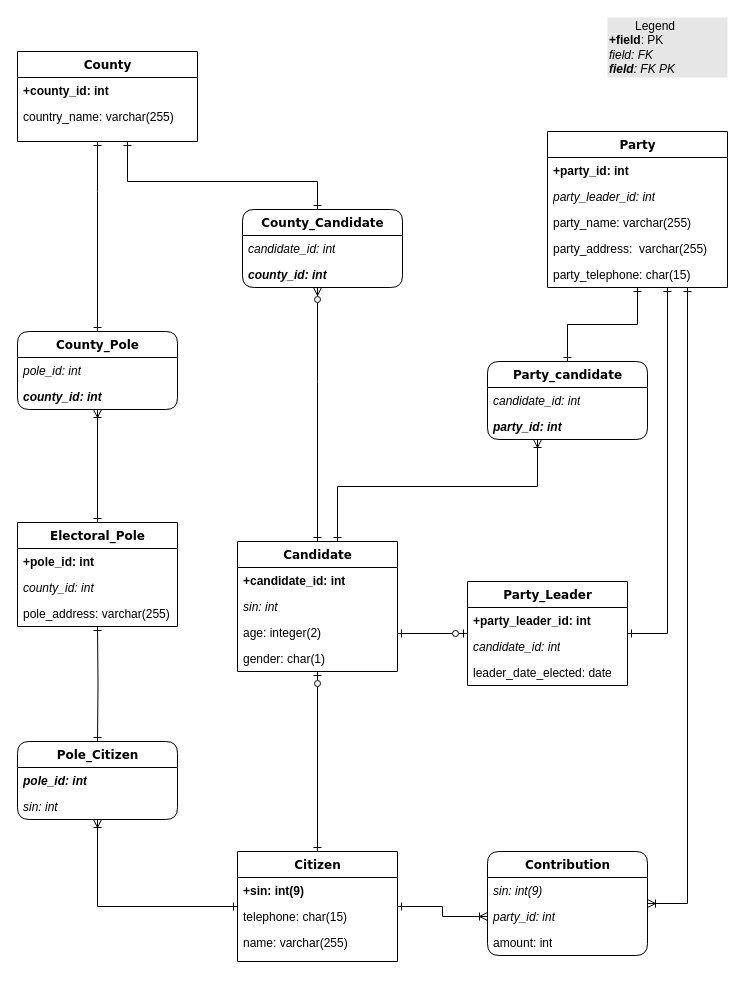
Before: page "bk_physical" (2 of 5) of assignment/assignment_1.drawio in kdeoliveira/comp353, a draw.io diagram. Source tidied: cells renumbered, new cells numbered last; positions are measured from the earlier drawing's top-left corner, leaving out a move shared by most shapes. Both pictures are drawn from the tidied source at 100%, with x=0, y=0 at pixel (17, 17).
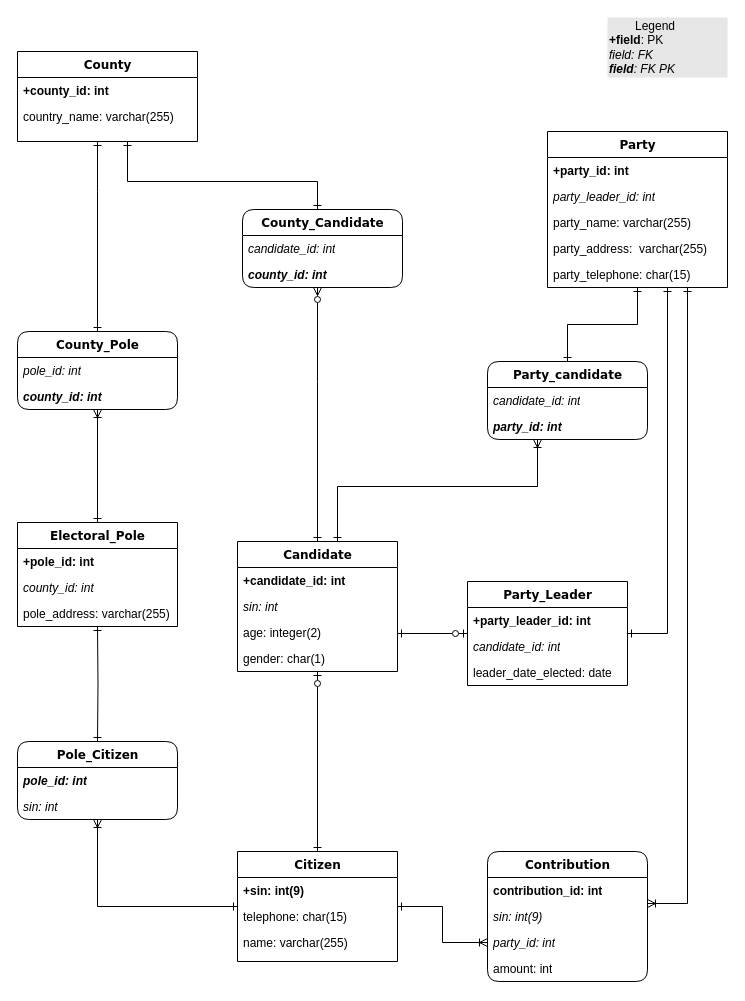
The same page after the edit.

What changed in the source:
```diff
@@
     <mxCell id="50" value="Contribution" style="swimlane;html=1;fontStyle=1;align=center;verticalAlign=top;horizontal=1;startSize=26;swimlaneFillColor=#ffffff;rounded=1;shadow=0;comic=0;labelBackgroundColor=none;strokeWidth=1;fillColor=none;fontFamily=Verdana;fontSize=12;" parent="1" vertex="1">
-      <mxGeometry x="470" y="834" width="160" height="104" as="geometry" />
+      <mxGeometry x="470" y="834" width="160" height="130" as="geometry" />
     </mxCell>
+    <mxCell id="58" value="&lt;span&gt;contribution_id: int&lt;/span&gt;" style="text;html=1;strokeColor=none;fillColor=none;align=left;verticalAlign=top;spacingLeft=4;spacingRight=4;whiteSpace=wrap;overflow=hidden;fontStyle=1;" parent="50" vertex="1">
+      <mxGeometry y="26" width="160" height="26" as="geometry" />
+    </mxCell>
     <mxCell id="51" value="&lt;i&gt;sin: int(9)&lt;/i&gt;" style="text;html=1;strokeColor=none;fillColor=none;align=left;verticalAlign=top;spacingLeft=4;spacingRight=4;whiteSpace=wrap;overflow=hidden;fontStyle=0;" parent="50" vertex="1">
-      <mxGeometry y="26" width="160" height="26" as="geometry" />
+      <mxGeometry y="52" width="160" height="26" as="geometry" />
     </mxCell>
     <mxCell id="52" value="party_id: int" style="text;html=1;strokeColor=none;fillColor=none;align=left;verticalAlign=top;spacingLeft=4;spacingRight=4;whiteSpace=wrap;overflow=hidden;points=[[0,0.5],[1,0.5]];portConstraint=eastwest;fontStyle=2;" parent="50" vertex="1">
-      <mxGeometry y="52" width="160" height="26" as="geometry" />
+      <mxGeometry y="78" width="160" height="26" as="geometry" />
     </mxCell>
     <mxCell id="53" value="amount: int" style="text;html=1;strokeColor=none;fillColor=none;align=left;verticalAlign=top;spacingLeft=4;spacingRight=4;whiteSpace=wrap;overflow=hidden;" parent="50" vertex="1">
-      <mxGeometry y="78" width="160" height="26" as="geometry" />
+      <mxGeometry y="104" width="160" height="26" as="geometry" />
     </mxCell>
```
